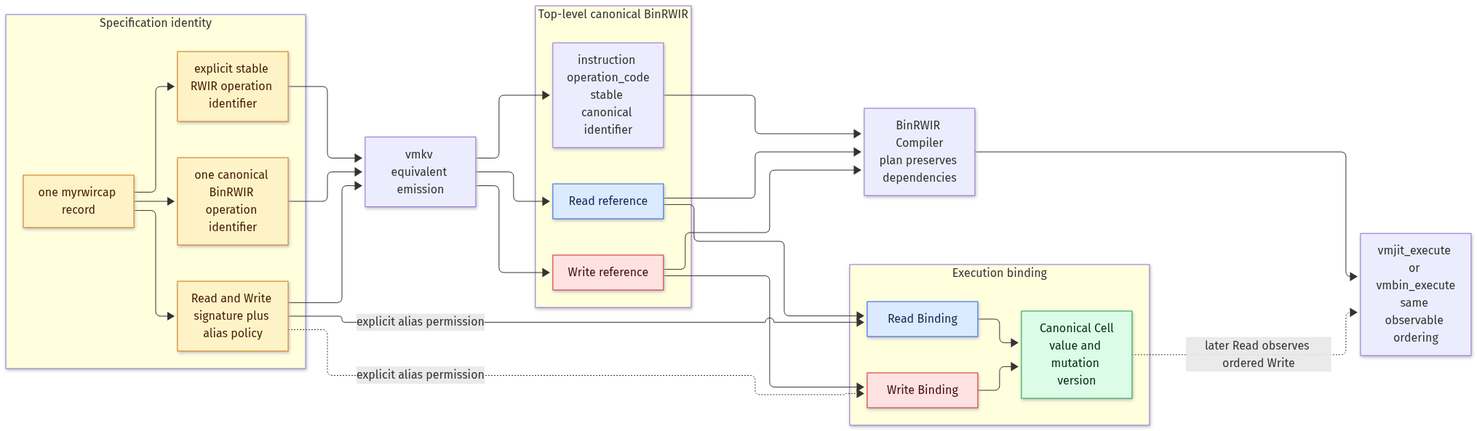
Before: runtimec/documentation/architecture/rwir-binrwir-aliasing.png, a diagram exported from Mermaid (array2d/kvlang). Its source is kept beside it as runtimec/documentation/architecture/rwir-binrwir-aliasing.mmd.
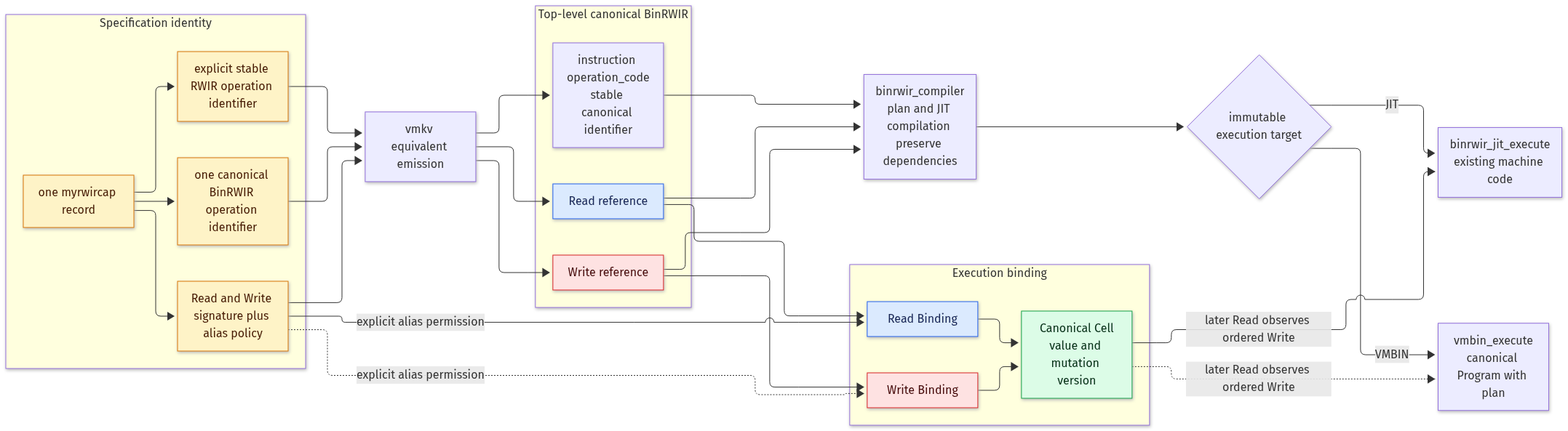
Above is the later version.

The edit, as a diff of the source:
```diff
@@ -23,8 +23,10 @@
     CELL["Canonical Cell<br/>value and mutation version"]
   end
 
-  COMPILER["BinRWIR Compiler<br/>plan preserves dependencies"]
-  EXECUTION["vmjit_execute or vmbin_execute<br/>same observable ordering"]
+  COMPILER["binrwir_compiler<br/>plan and JIT compilation preserve dependencies"]
+  TARGET{"immutable execution target"}
+  JIT_EXECUTION["binrwir_jit_execute<br/>existing machine code"]
+  VMBIN_EXECUTION["vmbin_execute<br/>canonical Program with plan"]
 
   RWIR_IDENTIFIER --> VMKV
   CANONICAL_IDENTIFIER --> VMKV
@@ -39,8 +41,11 @@
   INSTRUCTION --> COMPILER
   READ_REFERENCE --> COMPILER
   WRITE_REFERENCE --> COMPILER
-  COMPILER --> EXECUTION
-  CELL -. "later Read observes ordered Write" .-> EXECUTION
+  COMPILER --> TARGET
+  TARGET -->|"JIT"| JIT_EXECUTION
+  TARGET -->|"VMBIN"| VMBIN_EXECUTION
+  CELL -. "later Read observes ordered Write" .-> JIT_EXECUTION
+  CELL -. "later Read observes ordered Write" .-> VMBIN_EXECUTION
 
   classDef specification fill:#fef3c7,stroke:#d97706,color:#451a03
   classDef read fill:#dbeafe,stroke:#2563eb,color:#172554
```
